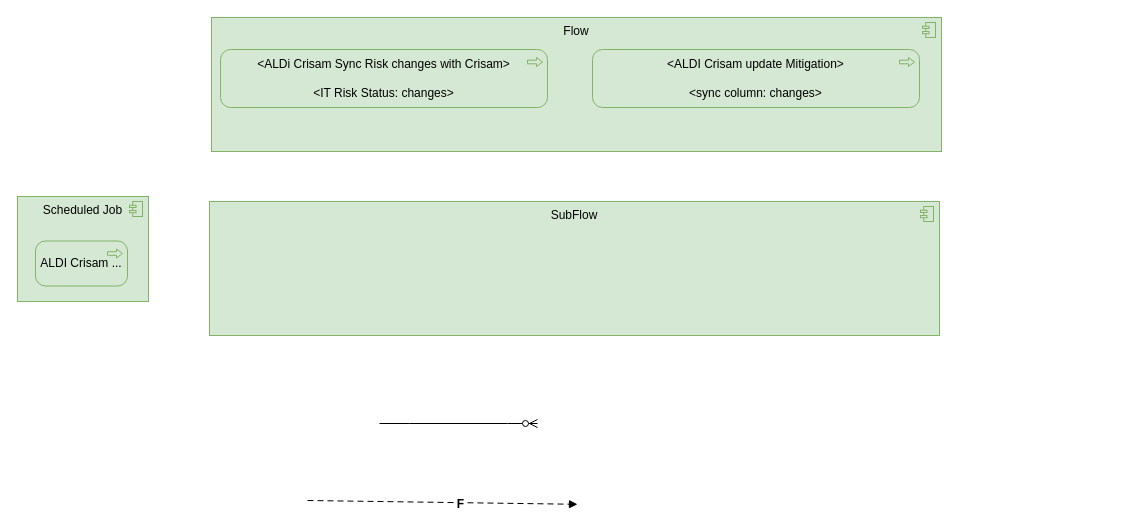
Above: page "FlowDesigner" (20 of 20) of AldiCrisam.drawio in algimas/tmp (draw.io), before the change. Source tidied: cells renumbered, new cells numbered last; positions are measured from the earlier drawing's top-left corner, leaving out a move shared by most shapes. Both pictures are drawn from the tidied source at 100%, with x=0, y=0 at pixel (17, 17).
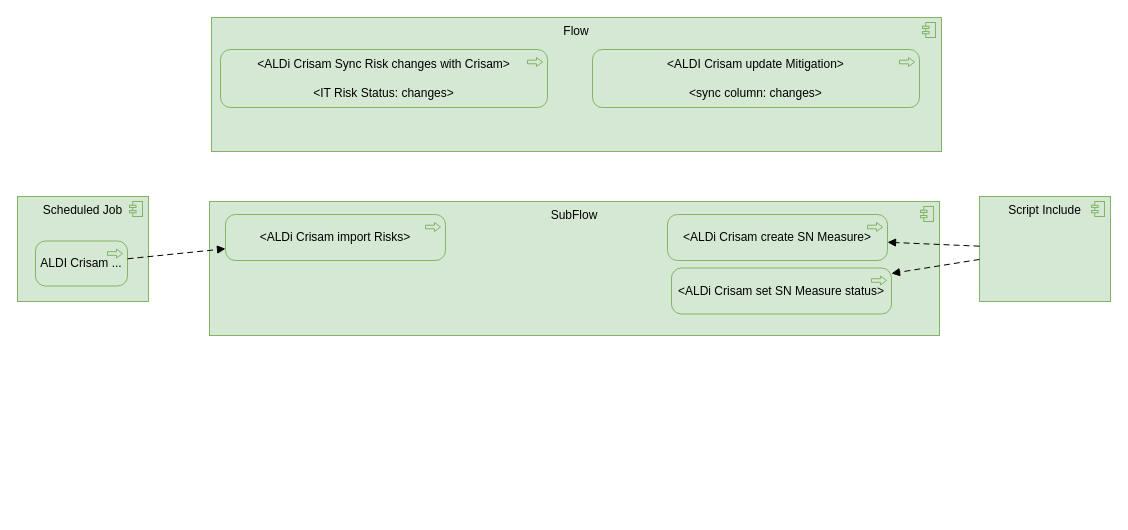
After the change.

The edit, as a diff of the source:
```diff
@@
 <mxGraphModel>
   <root>
     <mxCell id="0" />
     <mxCell id="1" parent="0" />
     <mxCell id="2" value="Flow" style="html=1;whiteSpace=wrap;fillColor=#d5e8d4;shape=mxgraph.archimate3.application;appType=comp;archiType=square;strokeColor=#82b366;verticalAlign=top;" parent="1" vertex="1">
       <mxGeometry x="194" width="730" height="134" as="geometry" />
     </mxCell>
     <mxCell id="3" value="&amp;lt;ALDi Crisam Sync Risk changes with Crisam&amp;gt;&lt;br&gt;&lt;br style=&quot;border-color: var(--border-color);&quot;&gt;&amp;lt;IT Risk Status: changes&amp;gt;" style="html=1;whiteSpace=wrap;fillColor=#d5e8d4;shape=mxgraph.archimate3.application;appType=proc;archiType=rounded;strokeColor=#82b366;" parent="1" vertex="1">
       <mxGeometry x="203" y="32" width="327" height="58" as="geometry" />
     </mxCell>
-    <mxCell id="4" style="html=1;endArrow=block;dashed=1;elbow=vertical;endFill=1;dashPattern=6 4;rounded=0;fontSize=12;" parent="1" edge="1">
-      <mxGeometry relative="1" as="geometry">
-        <mxPoint x="290" y="483" as="sourcePoint" />
-        <mxPoint x="560" y="486.8" as="targetPoint" />
-      </mxGeometry>
-    </mxCell>
-    <mxCell id="5" value="&lt;b&gt;F&lt;/b&gt;" style="edgeLabel;html=1;align=center;verticalAlign=middle;fontSize=12;" parent="4" vertex="1">
-      <mxGeometry x="0.09" y="1" relative="1" as="geometry">
-        <mxPoint x="6" y="2" as="offset" />
-      </mxGeometry>
-    </mxCell>
     <mxCell id="6" value="&amp;lt;ALDI Crisam update Mitigation&amp;gt;&lt;br&gt;&lt;br style=&quot;border-color: var(--border-color);&quot;&gt;&amp;lt;sync column: changes&amp;gt;" style="html=1;whiteSpace=wrap;fillColor=#d5e8d4;shape=mxgraph.archimate3.application;appType=proc;archiType=rounded;strokeColor=#82b366;" parent="1" vertex="1">
       <mxGeometry x="575" y="32" width="327" height="58" as="geometry" />
     </mxCell>
-    <mxCell id="7" style="edgeStyle=entityRelationEdgeStyle;fontSize=12;html=1;endArrow=ERzeroToMany;endFill=1;rounded=0;" parent="1" edge="1">
-      <mxGeometry relative="1" as="geometry">
-        <mxPoint x="362" y="406" as="sourcePoint" />
-        <mxPoint x="520" y="406" as="targetPoint" />
-      </mxGeometry>
-    </mxCell>
     <mxCell id="8" value="Scheduled Job" style="html=1;whiteSpace=wrap;fillColor=#d5e8d4;shape=mxgraph.archimate3.application;appType=comp;archiType=square;strokeColor=#82b366;verticalAlign=top;" parent="1" vertex="1">
       <mxGeometry y="179" width="131" height="105" as="geometry" />
     </mxCell>
     <mxCell id="9" value="ALDI Crisam ..." style="html=1;outlineConnect=0;whiteSpace=wrap;fillColor=#d5e8d4;shape=mxgraph.archimate3.application;appType=proc;archiType=rounded;strokeColor=#82b366;" parent="1" vertex="1">
       <mxGeometry x="18" y="223.5" width="92" height="45" as="geometry" />
     </mxCell>
     <mxCell id="10" value="SubFlow" style="html=1;whiteSpace=wrap;fillColor=#d5e8d4;shape=mxgraph.archimate3.application;appType=comp;archiType=square;strokeColor=#82b366;verticalAlign=top;" parent="1" vertex="1">
       <mxGeometry x="192" y="184" width="730" height="134" as="geometry" />
     </mxCell>
+    <mxCell id="11" value="&amp;lt;ALDi Crisam import Risks&amp;gt;" style="html=1;outlineConnect=0;whiteSpace=wrap;fillColor=#d5e8d4;shape=mxgraph.archimate3.application;appType=proc;archiType=rounded;strokeColor=#82b366;" parent="1" vertex="1">
+      <mxGeometry x="208" y="197" width="220" height="46" as="geometry" />
+    </mxCell>
+    <mxCell id="4" style="html=1;endArrow=block;dashed=1;elbow=vertical;endFill=1;dashPattern=6 4;rounded=0;fontSize=12;" parent="1" edge="1" source="9" target="11">
+      <mxGeometry relative="1" as="geometry" />
+    </mxCell>
+    <mxCell id="12" value="&amp;lt;ALDi Crisam create SN Measure&amp;gt;" style="html=1;outlineConnect=0;whiteSpace=wrap;fillColor=#d5e8d4;shape=mxgraph.archimate3.application;appType=proc;archiType=rounded;strokeColor=#82b366;" parent="1" vertex="1">
+      <mxGeometry x="650" y="197" width="220" height="46" as="geometry" />
+    </mxCell>
+    <mxCell id="13" value="Script Include" style="html=1;outlineConnect=0;whiteSpace=wrap;fillColor=#d5e8d4;shape=mxgraph.archimate3.application;appType=comp;archiType=square;strokeColor=#82b366;verticalAlign=top;" parent="1" vertex="1">
+      <mxGeometry x="962" y="179" width="131" height="105" as="geometry" />
+    </mxCell>
+    <mxCell id="14" style="html=1;endArrow=block;dashed=1;elbow=vertical;endFill=1;dashPattern=6 4;rounded=0;fontSize=12;" parent="1" edge="1" source="13" target="12">
+      <mxGeometry relative="1" as="geometry" />
+    </mxCell>
+    <mxCell id="15" value="&amp;lt;ALDi Crisam set SN Measure status&amp;gt;" style="html=1;outlineConnect=0;whiteSpace=wrap;fillColor=#d5e8d4;shape=mxgraph.archimate3.application;appType=proc;archiType=rounded;strokeColor=#82b366;" parent="1" vertex="1">
+      <mxGeometry x="654" y="250.5" width="220" height="46" as="geometry" />
+    </mxCell>
+    <mxCell id="16" style="html=1;endArrow=block;dashed=1;elbow=vertical;endFill=1;dashPattern=6 4;rounded=0;fontSize=12;" parent="1" edge="1" source="13" target="15">
+      <mxGeometry relative="1" as="geometry" />
+    </mxCell>
   </root>
 </mxGraphModel>
```
